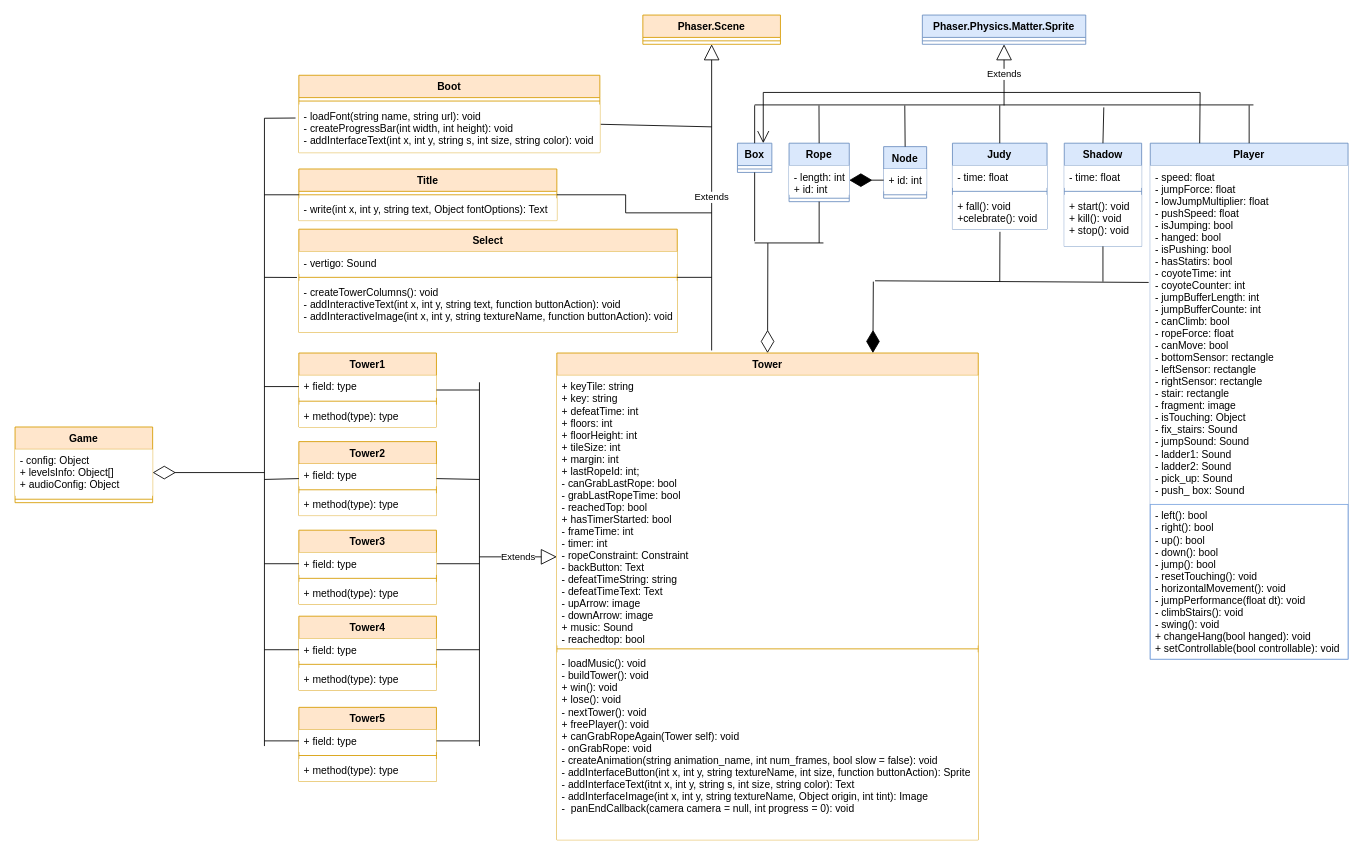
javics2002/Grupo1PVLI keeps this draw.io diagram as vertigo_tower_uml.drawio. Above is the earlier version. Source tidied: cells renumbered, new cells numbered last; positions are measured from the earlier drawing's top-left corner, leaving out a move shared by most shapes. Both pictures are drawn from the tidied source at 86%, with x=0, y=0 at pixel (15, 15).
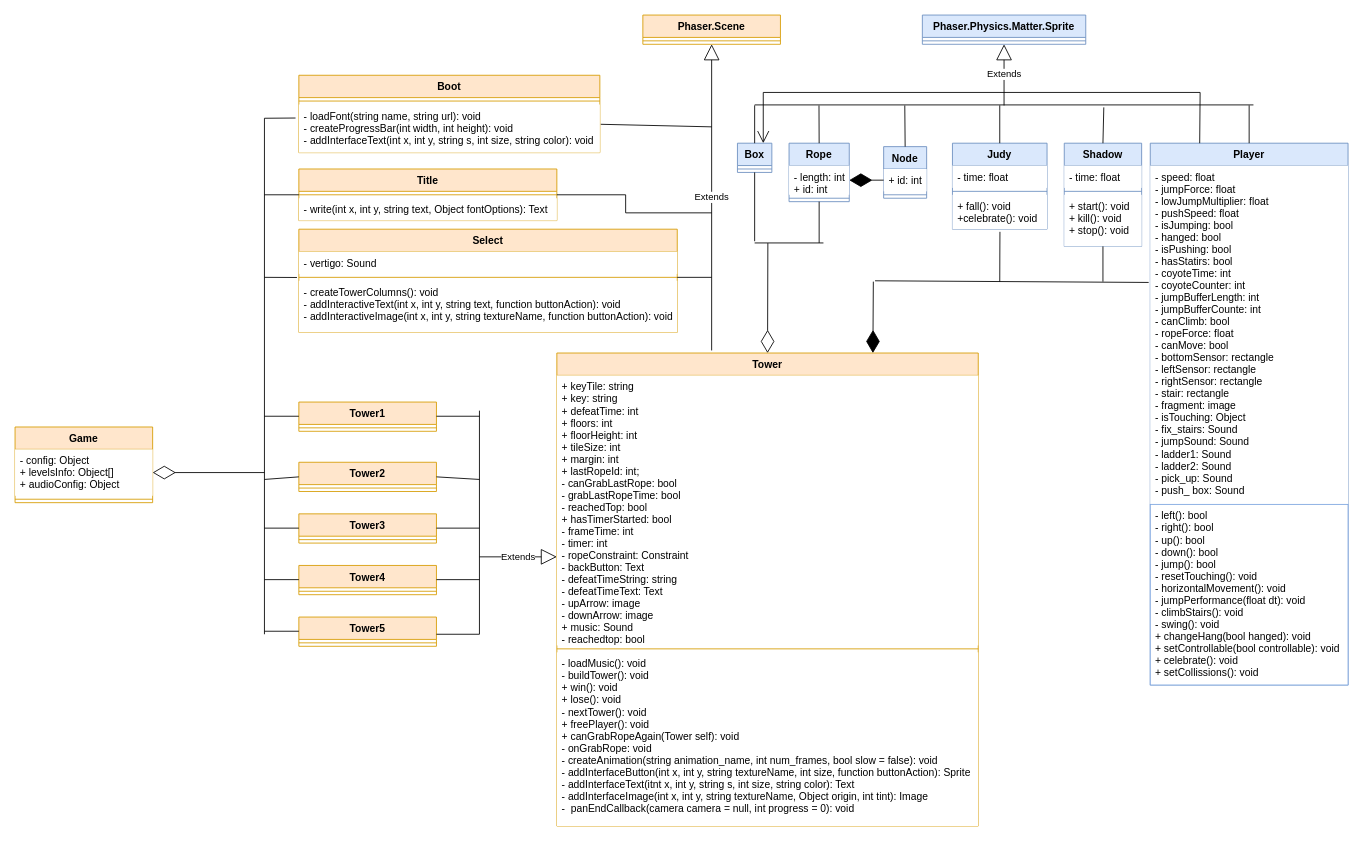
The same page after the edit.

What changed in the source:
```diff
@@
     <mxCell id="15" value="Tower" style="swimlane;fontStyle=1;align=center;verticalAlign=top;horizontal=1;startSize=26;fillColor=#ffe6cc;strokeColor=#d79b00;" parent="1" vertex="1">
-      <mxGeometry x="630" y="393" width="490" height="566" as="geometry" />
+      <mxGeometry x="630" y="393" width="490" height="550" as="geometry" />
     </mxCell>
@@
     <mxCell id="18" value="- loadMusic(): void&#10;- buildTower(): void&#10;+ win(): void&#10;+ lose(): void&#10;- nextTower(): void&#10;+ freePlayer(): void&#10;+ canGrabRopeAgain(Tower self): void&#10;- onGrabRope: void&#10;- createAnimation(string animation_name, int num_frames, bool slow = false): void&#10;- addInterfaceButton(int x, int y, string textureName, int size, function buttonAction): Sprite&#10;- addInterfaceText(itnt x, int y, string s, int size, string color): Text&#10;- addInterfaceImage(int x, int y, string textureName, Object origin, int tint): Image&#10;-  panEndCallback(camera camera = null, int progress = 0): void" style="text;align=left;verticalAlign=top;spacingLeft=4;spacingRight=4;overflow=hidden;fillColor=default;" parent="15" vertex="1">
-      <mxGeometry y="348" width="490" height="218" as="geometry" />
+      <mxGeometry y="348" width="490" height="202" as="geometry" />
     </mxCell>
@@
     <mxCell id="23" value="Tower1" style="swimlane;fontStyle=1;align=center;verticalAlign=top;horizontal=1;startSize=26;fillColor=#ffe6cc;strokeColor=#d79b00;" parent="1" vertex="1">
-      <mxGeometry x="330" y="393" width="160" height="86" as="geometry" />
+      <mxGeometry x="330" y="450" width="160" height="34" as="geometry" />
     </mxCell>
-    <mxCell id="24" value="+ field: type" style="text;align=left;verticalAlign=top;spacingLeft=4;spacingRight=4;overflow=hidden;points=[[0,0.5],[1,0.5]];portConstraint=eastwest;fillColor=default;" parent="23" vertex="1">
-      <mxGeometry y="26" width="160" height="26" as="geometry" />
-    </mxCell>
     <mxCell id="25" style="line;strokeWidth=1;fillColor=#ffe6cc;align=left;verticalAlign=middle;spacingTop=-1;spacingLeft=3;spacingRight=3;labelPosition=right;strokeColor=#d79b00;" parent="23" vertex="1">
-      <mxGeometry y="52" width="160" height="8" as="geometry" />
+      <mxGeometry y="26" width="160" height="8" as="geometry" />
     </mxCell>
-    <mxCell id="26" value="+ method(type): type" style="text;align=left;verticalAlign=top;spacingLeft=4;spacingRight=4;overflow=hidden;fillColor=default;" parent="23" vertex="1">
-      <mxGeometry y="60" width="160" height="26" as="geometry" />
-    </mxCell>
     <mxCell id="27" value="Tower2" style="swimlane;fontStyle=1;align=center;verticalAlign=top;horizontal=1;startSize=26;fillColor=#ffe6cc;strokeColor=#d79b00;" parent="1" vertex="1">
-      <mxGeometry x="330" y="496" width="160" height="86" as="geometry" />
+      <mxGeometry x="330" y="520" width="160" height="34" as="geometry" />
     </mxCell>
-    <mxCell id="28" value="+ field: type" style="text;align=left;verticalAlign=top;spacingLeft=4;spacingRight=4;overflow=hidden;fillColor=default;" parent="27" vertex="1">
-      <mxGeometry y="26" width="160" height="26" as="geometry" />
-    </mxCell>
     <mxCell id="29" style="line;strokeWidth=1;fillColor=#ffe6cc;align=left;verticalAlign=middle;spacingTop=-1;spacingLeft=3;spacingRight=3;labelPosition=right;strokeColor=#d79b00;" parent="27" vertex="1">
-      <mxGeometry y="52" width="160" height="8" as="geometry" />
+      <mxGeometry y="26" width="160" height="8" as="geometry" />
     </mxCell>
-    <mxCell id="30" value="+ method(type): type" style="text;align=left;verticalAlign=top;spacingLeft=4;spacingRight=4;overflow=hidden;fillColor=default;" parent="27" vertex="1">
-      <mxGeometry y="60" width="160" height="26" as="geometry" />
-    </mxCell>
     <mxCell id="31" value="Tower3" style="swimlane;fontStyle=1;align=center;verticalAlign=top;horizontal=1;startSize=26;fillColor=#ffe6cc;strokeColor=#d79b00;" parent="1" vertex="1">
-      <mxGeometry x="330" y="599" width="160" height="86" as="geometry" />
+      <mxGeometry x="330" y="580" width="160" height="34" as="geometry" />
     </mxCell>
-    <mxCell id="32" style="endArrow=none;html=1;rounded=0;exitX=1;exitY=0.5;exitDx=0;exitDy=0;" parent="31" edge="1" source="33">
-      <mxGeometry relative="1" as="geometry">
-        <mxPoint x="210" y="39" as="targetPoint" />
-      </mxGeometry>
-    </mxCell>
-    <mxCell id="33" value="+ field: type" style="text;align=left;verticalAlign=top;spacingLeft=4;spacingRight=4;overflow=hidden;points=[[0,0.5],[1,0.5]];portConstraint=eastwest;fillColor=default;" parent="31" vertex="1">
-      <mxGeometry y="26" width="160" height="26" as="geometry" />
-    </mxCell>
     <mxCell id="34" style="line;strokeWidth=1;fillColor=#ffe6cc;align=left;verticalAlign=middle;spacingTop=-1;spacingLeft=3;spacingRight=3;labelPosition=right;strokeColor=#d79b00;" parent="31" vertex="1">
-      <mxGeometry y="52" width="160" height="8" as="geometry" />
+      <mxGeometry y="26" width="160" height="8" as="geometry" />
     </mxCell>
-    <mxCell id="35" value="+ method(type): type" style="text;align=left;verticalAlign=top;spacingLeft=4;spacingRight=4;overflow=hidden;fillColor=default;" parent="31" vertex="1">
-      <mxGeometry y="60" width="160" height="26" as="geometry" />
-    </mxCell>
     <mxCell id="36" value="Tower4" style="swimlane;fontStyle=1;align=center;verticalAlign=top;horizontal=1;startSize=26;fillColor=#ffe6cc;strokeColor=#d79b00;" parent="1" vertex="1">
-      <mxGeometry x="330" y="699" width="160" height="86" as="geometry" />
+      <mxGeometry x="330" y="640" width="160" height="34" as="geometry" />
     </mxCell>
-    <mxCell id="37" value="+ field: type" style="text;align=left;verticalAlign=top;spacingLeft=4;spacingRight=4;overflow=hidden;points=[[0,0.5],[1,0.5]];portConstraint=eastwest;fillColor=default;" parent="36" vertex="1">
-      <mxGeometry y="26" width="160" height="26" as="geometry" />
-    </mxCell>
     <mxCell id="38" style="line;strokeWidth=1;fillColor=#ffe6cc;align=left;verticalAlign=middle;spacingTop=-1;spacingLeft=3;spacingRight=3;labelPosition=right;strokeColor=#d79b00;" parent="36" vertex="1">
-      <mxGeometry y="52" width="160" height="8" as="geometry" />
+      <mxGeometry y="26" width="160" height="8" as="geometry" />
     </mxCell>
-    <mxCell id="39" value="+ method(type): type" style="text;align=left;verticalAlign=top;spacingLeft=4;spacingRight=4;overflow=hidden;fillColor=default;" parent="36" vertex="1">
-      <mxGeometry y="60" width="160" height="26" as="geometry" />
-    </mxCell>
     <mxCell id="40" value="Tower5" style="swimlane;fontStyle=1;align=center;verticalAlign=top;horizontal=1;startSize=26;fillColor=#ffe6cc;strokeColor=#d79b00;" parent="1" vertex="1">
-      <mxGeometry x="330" y="805" width="160" height="86" as="geometry" />
+      <mxGeometry x="330" y="700" width="160" height="34" as="geometry" />
     </mxCell>
-    <mxCell id="41" value="+ field: type" style="text;align=left;verticalAlign=top;spacingLeft=4;spacingRight=4;overflow=hidden;points=[[0,0.5],[1,0.5]];portConstraint=eastwest;fillColor=default;" parent="40" vertex="1">
-      <mxGeometry y="26" width="160" height="26" as="geometry" />
-    </mxCell>
     <mxCell id="42" style="line;strokeWidth=1;fillColor=#ffe6cc;align=left;verticalAlign=middle;spacingTop=-1;spacingLeft=3;spacingRight=3;labelPosition=right;strokeColor=#d79b00;" parent="40" vertex="1">
-      <mxGeometry y="52" width="160" height="8" as="geometry" />
+      <mxGeometry y="26" width="160" height="8" as="geometry" />
     </mxCell>
-    <mxCell id="43" value="+ method(type): type" style="text;align=left;verticalAlign=top;spacingLeft=4;spacingRight=4;overflow=hidden;fillColor=default;" parent="40" vertex="1">
-      <mxGeometry y="60" width="160" height="26" as="geometry" />
-    </mxCell>
     <mxCell id="44" value="Player" style="swimlane;fontStyle=1;align=center;verticalAlign=top;horizontal=1;startSize=26;fillColor=#dae8fc;strokeColor=#6c8ebf;" parent="1" vertex="1">
-      <mxGeometry x="1320" y="149" width="230" height="600" as="geometry" />
+      <mxGeometry x="1320" y="149" width="230" height="630" as="geometry" />
     </mxCell>
@@
-    <mxCell id="46" value="- left(): bool&#10;- right(): bool&#10;- up(): bool&#10;- down(): bool&#10;- jump(): bool&#10;- resetTouching(): void&#10;- horizontalMovement(): void&#10;- jumpPerformance(float dt): void&#10;- climbStairs(): void&#10;- swing(): void&#10;+ changeHang(bool hanged): void&#10;+ setControllable(bool controllable): void" style="text;align=left;verticalAlign=top;spacingLeft=4;spacingRight=4;overflow=hidden;fillColor=default;strokeColor=#7EA6E0;" parent="44" vertex="1">
-      <mxGeometry y="420" width="230" height="180" as="geometry" />
+    <mxCell id="46" value="- left(): bool&#10;- right(): bool&#10;- up(): bool&#10;- down(): bool&#10;- jump(): bool&#10;- resetTouching(): void&#10;- horizontalMovement(): void&#10;- jumpPerformance(float dt): void&#10;- climbStairs(): void&#10;- swing(): void&#10;+ changeHang(bool hanged): void&#10;+ setControllable(bool controllable): void&#10;+ celebrate(): void&#10;+ setCollissions(): void" style="text;align=left;verticalAlign=top;spacingLeft=4;spacingRight=4;overflow=hidden;fillColor=default;strokeColor=#7EA6E0;" parent="44" vertex="1">
+      <mxGeometry y="420" width="230" height="210" as="geometry" />
     </mxCell>
@@
     <mxCell id="76" style="endArrow=none;html=1;rounded=0;" parent="1" edge="1">
       <mxGeometry relative="1" as="geometry">
-        <mxPoint x="540" y="850" as="sourcePoint" />
-        <mxPoint x="540" y="427" as="targetPoint" />
+        <mxPoint x="540" y="720" as="sourcePoint" />
+        <mxPoint x="540" y="460" as="targetPoint" />
       </mxGeometry>
     </mxCell>
@@
     <mxCell id="81" style="endArrow=none;html=1;rounded=0;" parent="1" edge="1">
       <mxGeometry relative="1" as="geometry">
-        <mxPoint x="490" y="436" as="sourcePoint" />
-        <mxPoint x="540" y="436" as="targetPoint" />
+        <mxPoint x="490" y="466.5" as="sourcePoint" />
+        <mxPoint x="540" y="466.5" as="targetPoint" />
       </mxGeometry>
     </mxCell>
@@
-    <mxCell id="83" style="endArrow=none;html=1;rounded=0;" parent="1" edge="1" source="37">
+    <mxCell id="83" style="endArrow=none;html=1;rounded=0;" parent="1" edge="1">
       <mxGeometry relative="1" as="geometry">
-        <mxPoint x="540" y="738" as="targetPoint" />
+        <mxPoint x="490" y="656.5" as="sourcePoint" />
+        <mxPoint x="540" y="656.5" as="targetPoint" />
       </mxGeometry>
     </mxCell>
-    <mxCell id="84" style="endArrow=none;html=1;rounded=0;exitX=1;exitY=0.5;exitDx=0;exitDy=0;" parent="1" edge="1" source="41">
+    <mxCell id="84" style="endArrow=none;html=1;rounded=0;exitX=1;exitY=0.5;exitDx=0;exitDy=0;" parent="1" edge="1">
       <mxGeometry relative="1" as="geometry">
-        <mxPoint x="540" y="844" as="targetPoint" />
+        <mxPoint x="490" y="720" as="sourcePoint" />
+        <mxPoint x="540" y="720" as="targetPoint" />
       </mxGeometry>
     </mxCell>
     <mxCell id="85" style="endArrow=none;html=1;rounded=0;" parent="1" edge="1">
       <mxGeometry relative="1" as="geometry">
-        <mxPoint x="290" y="850" as="sourcePoint" />
+        <mxPoint x="290" y="720" as="sourcePoint" />
         <mxPoint x="290" y="120" as="targetPoint" />
       </mxGeometry>
     </mxCell>
-    <mxCell id="86" style="endArrow=none;html=1;rounded=0;entryX=0;entryY=0.5;entryDx=0;entryDy=0;" parent="1" edge="1" target="41">
+    <mxCell id="86" style="endArrow=none;html=1;rounded=0;entryX=0;entryY=0.5;entryDx=0;entryDy=0;" parent="1" edge="1">
       <mxGeometry relative="1" as="geometry">
-        <mxPoint x="290" y="844" as="sourcePoint" />
+        <mxPoint x="290" y="596.6" as="sourcePoint" />
+        <mxPoint x="330" y="596.6" as="targetPoint" />
       </mxGeometry>
     </mxCell>
-    <mxCell id="87" style="endArrow=none;html=1;rounded=0;entryX=0;entryY=0.5;entryDx=0;entryDy=0;" parent="1" edge="1" target="37">
+    <mxCell id="87" style="endArrow=none;html=1;rounded=0;entryX=0;entryY=0.5;entryDx=0;entryDy=0;" parent="1" edge="1">
       <mxGeometry relative="1" as="geometry">
-        <mxPoint x="290" y="738" as="sourcePoint" />
+        <mxPoint x="290" y="716.5" as="sourcePoint" />
+        <mxPoint x="330" y="716.5" as="targetPoint" />
       </mxGeometry>
     </mxCell>
-    <mxCell id="88" style="endArrow=none;html=1;rounded=0;entryX=0;entryY=0.5;entryDx=0;entryDy=0;" parent="1" edge="1" target="33">
+    <mxCell id="88" style="endArrow=none;html=1;rounded=0;entryX=0;entryY=0.5;entryDx=0;entryDy=0;" parent="1" edge="1">
       <mxGeometry relative="1" as="geometry">
-        <mxPoint x="290" y="638" as="sourcePoint" />
+        <mxPoint x="290" y="656.5" as="sourcePoint" />
+        <mxPoint x="330" y="656.5" as="targetPoint" />
       </mxGeometry>
     </mxCell>
@@
-    <mxCell id="90" style="endArrow=none;html=1;rounded=0;entryX=0;entryY=0.5;entryDx=0;entryDy=0;" parent="1" edge="1" target="24">
+    <mxCell id="90" style="endArrow=none;html=1;rounded=0;entryX=0;entryY=0.5;entryDx=0;entryDy=0;" parent="1" edge="1">
       <mxGeometry relative="1" as="geometry">
-        <mxPoint x="290" y="432" as="sourcePoint" />
+        <mxPoint x="290" y="466.5" as="sourcePoint" />
+        <mxPoint x="330" y="466.5" as="targetPoint" />
       </mxGeometry>
     </mxCell>
@@
+    <mxCell id="32" style="endArrow=none;html=1;rounded=0;exitX=1;exitY=0.5;exitDx=0;exitDy=0;" parent="1" edge="1">
+      <mxGeometry relative="1" as="geometry">
+        <mxPoint x="490" y="596.6" as="sourcePoint" />
+        <mxPoint x="540" y="596.6" as="targetPoint" />
+      </mxGeometry>
+    </mxCell>
```
